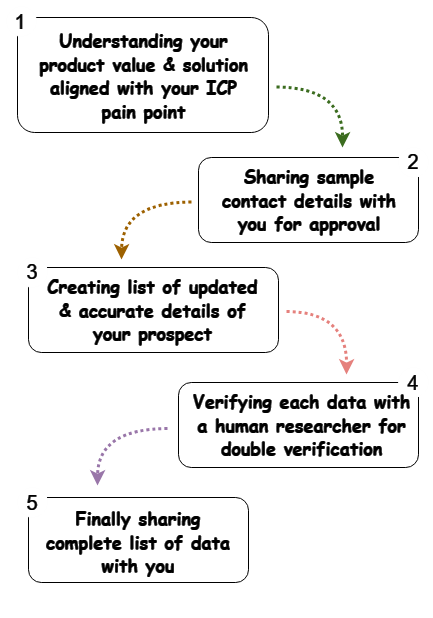
Before: assets/imgs/page/services/b2b-lead-generation-steps.png, a diagram exported from draw.io (codev007/procure-project). Source tidied: cells renumbered, new cells last; positions are measured from the earlier drawing's top-left corner, leaving out a move shared by most shapes. Its diagram source:
```xml
<mxGraphModel>
  <root>
    <mxCell id="0" />
    <mxCell id="1" parent="0" />
    <mxCell id="2" style="rounded=1;whiteSpace=wrap;html=1;strokeColor=#FFFFFF;strokeWidth=1;fillColor=none;fontSize=13;fontColor=#FFFFFF;align=center;gradientColor=none;gradientDirection=east;verticalAlign=top;shadow=1;" parent="1" vertex="1">
      <mxGeometry x="17" y="11" width="251" height="115" as="geometry" />
    </mxCell>
    <mxCell id="3" style="edgeStyle=orthogonalEdgeStyle;rounded=0;orthogonalLoop=1;jettySize=auto;html=1;curved=1;strokeColor=#d79b00;strokeWidth=3;fillColor=#ffe6cc;dashed=1;dashPattern=1 1;" parent="1" edge="1">
      <mxGeometry relative="1" as="geometry">
        <mxPoint x="191" y="195.5" as="sourcePoint" />
        <mxPoint x="121" y="253" as="targetPoint" />
      </mxGeometry>
    </mxCell>
    <mxCell id="4" style="rounded=1;whiteSpace=wrap;html=1;strokeColor=#FFFFFF;strokeWidth=1;fillColor=none;fontSize=13;fontColor=#FFFFFF;align=center;gradientColor=none;gradientDirection=east;verticalAlign=top;shadow=1;" parent="1" vertex="1">
      <mxGeometry x="198" y="151" width="220" height="85" as="geometry" />
    </mxCell>
    <mxCell id="5" style="rounded=1;whiteSpace=wrap;html=1;strokeColor=#FFFFFF;strokeWidth=1;fillColor=none;fontSize=13;align=center;gradientDirection=east;verticalAlign=top;shadow=1;" parent="1" vertex="1">
      <mxGeometry x="28" y="261" width="250" height="85" as="geometry" />
    </mxCell>
    <mxCell id="6" style="rounded=1;whiteSpace=wrap;html=1;strokeColor=#FFFFFF;strokeWidth=1;fillColor=none;fontSize=13;fontColor=#FFFFFF;align=center;gradientColor=none;gradientDirection=east;verticalAlign=top;shadow=1;" parent="1" vertex="1">
      <mxGeometry x="178" y="376" width="240" height="85" as="geometry" />
    </mxCell>
    <mxCell id="7" style="rounded=1;whiteSpace=wrap;html=1;strokeColor=#FFFFFF;strokeWidth=1;fillColor=none;fontSize=13;fontColor=#FFFFFF;align=center;gradientColor=none;gradientDirection=east;verticalAlign=top;shadow=1;" parent="1" vertex="1">
      <mxGeometry x="28" y="491" width="220" height="85" as="geometry" />
    </mxCell>
    <mxCell id="8" value="7" style="text;html=1;strokeColor=none;fillColor=none;align=center;verticalAlign=middle;whiteSpace=wrap;fontSize=30;fontColor=#FFFFFF;" parent="1" vertex="1">
      <mxGeometry x="38" y="764" width="40" height="20" as="geometry" />
    </mxCell>
    <mxCell id="9" style="edgeStyle=orthogonalEdgeStyle;rounded=0;orthogonalLoop=1;jettySize=auto;html=1;curved=1;strokeWidth=3;dashed=1;dashPattern=1 1;fillColor=#d5e8d4;strokeColor=#82b366;" parent="1" edge="1">
      <mxGeometry relative="1" as="geometry">
        <mxPoint x="276" y="80.5" as="sourcePoint" />
        <mxPoint x="342" y="141" as="targetPoint" />
      </mxGeometry>
    </mxCell>
    <mxCell id="10" value="&lt;h1&gt;&lt;font face=&quot;Comic Sans MS&quot;&gt;Understanding your product value &amp;amp; solution aligned with your ICP pain point&lt;/font&gt;&lt;/h1&gt;&lt;div&gt;&lt;br&gt;&lt;/div&gt;" style="text;html=1;spacing=5;spacingTop=-20;whiteSpace=wrap;overflow=hidden;strokeColor=none;strokeWidth=4;fillColor=none;gradientColor=#007FFF;fontSize=9;fontColor=#FFFFFF;align=center;" parent="1" vertex="1">
      <mxGeometry x="35" y="21" width="217" height="119" as="geometry" />
    </mxCell>
    <mxCell id="11" style="ellipse;whiteSpace=wrap;html=1;fillColor=#000000;" parent="1" vertex="1">
      <mxGeometry x="6" width="30" height="30" as="geometry" />
    </mxCell>
    <mxCell id="12" value="&lt;font style=&quot;font-size: 20px;&quot;&gt;1&lt;/font&gt;" style="text;html=1;strokeColor=none;fillColor=none;align=center;verticalAlign=middle;whiteSpace=wrap;fontSize=30;fontColor=#FFFFFF;" parent="1" vertex="1">
      <mxGeometry y="2" width="40" height="20" as="geometry" />
    </mxCell>
    <mxCell id="13" value="&lt;h1&gt;&lt;font face=&quot;Comic Sans MS&quot;&gt;Sharing sample contact details with you for approval&lt;/font&gt;&lt;/h1&gt;&lt;div&gt;&lt;br&gt;&lt;/div&gt;" style="text;html=1;spacing=5;spacingTop=-20;whiteSpace=wrap;overflow=hidden;strokeColor=none;strokeWidth=4;fillColor=none;gradientColor=#007FFF;fontSize=9;fontColor=#FFFFFF;align=center;" parent="1" vertex="1">
      <mxGeometry x="204" y="157" width="210" height="77" as="geometry" />
    </mxCell>
    <mxCell id="14" style="ellipse;whiteSpace=wrap;html=1;fillColor=#000000;" parent="1" vertex="1">
      <mxGeometry x="17" y="481" width="30" height="30" as="geometry" />
    </mxCell>
    <mxCell id="15" style="ellipse;whiteSpace=wrap;html=1;fillColor=#000000;" parent="1" vertex="1">
      <mxGeometry x="17" y="251" width="30" height="30" as="geometry" />
    </mxCell>
    <mxCell id="16" style="ellipse;whiteSpace=wrap;html=1;fillColor=#000000;" parent="1" vertex="1">
      <mxGeometry x="398" y="141" width="30" height="30" as="geometry" />
    </mxCell>
    <mxCell id="17" style="ellipse;whiteSpace=wrap;html=1;fillColor=#000000;" parent="1" vertex="1">
      <mxGeometry x="398" y="361" width="30" height="30" as="geometry" />
    </mxCell>
    <mxCell id="18" value="&lt;font style=&quot;font-size: 20px;&quot;&gt;2&lt;/font&gt;" style="text;html=1;strokeColor=none;fillColor=none;align=center;verticalAlign=middle;whiteSpace=wrap;fontSize=30;fontColor=#FFFFFF;" parent="1" vertex="1">
      <mxGeometry x="393" y="142" width="40" height="20" as="geometry" />
    </mxCell>
    <mxCell id="19" value="&lt;font style=&quot;font-size: 20px;&quot;&gt;3&lt;/font&gt;" style="text;html=1;strokeColor=none;fillColor=none;align=center;verticalAlign=middle;whiteSpace=wrap;fontSize=30;fontColor=#FFFFFF;" parent="1" vertex="1">
      <mxGeometry x="12" y="252" width="40" height="20" as="geometry" />
    </mxCell>
    <mxCell id="20" value="&lt;h1&gt;&lt;font face=&quot;Comic Sans MS&quot;&gt;Creating list of updated &amp;amp; accurate details of your prospect&lt;/font&gt;&lt;/h1&gt;&lt;div&gt;&lt;br&gt;&lt;/div&gt;" style="text;html=1;spacing=5;spacingTop=-20;whiteSpace=wrap;overflow=hidden;strokeColor=none;strokeWidth=4;fillColor=none;gradientColor=#007FFF;fontSize=9;fontColor=#FFFFFF;align=center;" parent="1" vertex="1">
      <mxGeometry x="35" y="267" width="235" height="77" as="geometry" />
    </mxCell>
    <mxCell id="21" value="&lt;font style=&quot;font-size: 20px;&quot;&gt;4&lt;/font&gt;" style="text;html=1;strokeColor=none;fillColor=none;align=center;verticalAlign=middle;whiteSpace=wrap;fontSize=30;fontColor=#FFFFFF;" parent="1" vertex="1">
      <mxGeometry x="393" y="363" width="40" height="20" as="geometry" />
    </mxCell>
    <mxCell id="22" value="&lt;h1&gt;&lt;font face=&quot;Comic Sans MS&quot;&gt;Verifying each data with a human researcher for double verification&lt;/font&gt;&lt;/h1&gt;&lt;div&gt;&lt;br&gt;&lt;/div&gt;" style="text;html=1;spacing=5;spacingTop=-20;whiteSpace=wrap;overflow=hidden;strokeColor=none;strokeWidth=4;fillColor=none;gradientColor=#007FFF;fontSize=9;fontColor=#FFFFFF;align=center;" parent="1" vertex="1">
      <mxGeometry x="181.5" y="382" width="239" height="77" as="geometry" />
    </mxCell>
    <mxCell id="23" value="&lt;font style=&quot;font-size: 20px;&quot;&gt;5&lt;/font&gt;" style="text;html=1;strokeColor=none;fillColor=none;align=center;verticalAlign=middle;whiteSpace=wrap;fontSize=30;fontColor=#FFFFFF;" parent="1" vertex="1">
      <mxGeometry x="12" y="483" width="40" height="20" as="geometry" />
    </mxCell>
    <mxCell id="24" value="&lt;h1 style=&quot;line-height: 120%;&quot;&gt;&lt;font face=&quot;Comic Sans MS&quot;&gt;Finally sharing complete list of data with you&lt;/font&gt;&lt;/h1&gt;" style="text;html=1;spacing=5;spacingTop=-20;whiteSpace=wrap;overflow=hidden;strokeColor=none;strokeWidth=4;fillColor=none;gradientColor=#007FFF;fontSize=9;fontColor=#FFFFFF;align=center;" parent="1" vertex="1">
      <mxGeometry x="36" y="499" width="204" height="77" as="geometry" />
    </mxCell>
    <mxCell id="25" style="edgeStyle=orthogonalEdgeStyle;rounded=0;orthogonalLoop=1;jettySize=auto;html=1;curved=1;strokeColor=#b85450;strokeWidth=3;fillColor=#f8cecc;dashed=1;dashPattern=1 1;" parent="1" edge="1">
      <mxGeometry relative="1" as="geometry">
        <mxPoint x="286" y="305" as="sourcePoint" />
        <mxPoint x="346" y="368" as="targetPoint" />
      </mxGeometry>
    </mxCell>
    <mxCell id="26" style="edgeStyle=orthogonalEdgeStyle;rounded=0;orthogonalLoop=1;jettySize=auto;html=1;curved=1;strokeColor=#9673a6;strokeWidth=3;fillColor=#e1d5e7;dashed=1;dashPattern=1 1;" parent="1" edge="1">
      <mxGeometry relative="1" as="geometry">
        <mxPoint x="167" y="422" as="sourcePoint" />
        <mxPoint x="97" y="479" as="targetPoint" />
      </mxGeometry>
    </mxCell>
  </root>
</mxGraphModel>
```
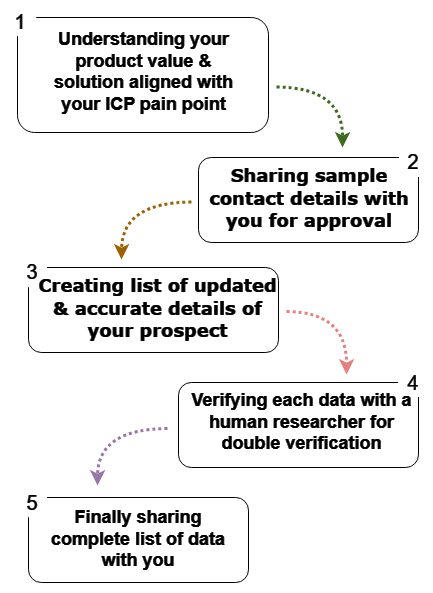
After the change.

What changed in the source:
```diff
@@ -32,7 +32,7 @@
         <mxPoint x="342" y="141" as="targetPoint" />
       </mxGeometry>
     </mxCell>
-    <mxCell id="10" value="&lt;h1&gt;&lt;font face=&quot;Comic Sans MS&quot;&gt;Understanding your product value &amp;amp; solution aligned with your ICP pain point&lt;/font&gt;&lt;/h1&gt;&lt;div&gt;&lt;br&gt;&lt;/div&gt;" style="text;html=1;spacing=5;spacingTop=-20;whiteSpace=wrap;overflow=hidden;strokeColor=none;strokeWidth=4;fillColor=none;gradientColor=#007FFF;fontSize=9;fontColor=#FFFFFF;align=center;" parent="1" vertex="1">
+    <mxCell id="10" value="&lt;h1&gt;&lt;font face=&quot;Helvetica&quot;&gt;Understanding your product value &amp;amp; solution aligned with your ICP pain point&lt;/font&gt;&lt;/h1&gt;&lt;div&gt;&lt;br&gt;&lt;/div&gt;" style="text;html=1;spacing=5;spacingTop=-20;whiteSpace=wrap;overflow=hidden;strokeColor=none;strokeWidth=4;fillColor=none;gradientColor=#007FFF;fontSize=9;fontColor=#FFFFFF;align=center;" parent="1" vertex="1">
       <mxGeometry x="35" y="21" width="217" height="119" as="geometry" />
     </mxCell>
     <mxCell id="11" style="ellipse;whiteSpace=wrap;html=1;fillColor=#000000;" parent="1" vertex="1">
@@ -41,7 +41,7 @@
     <mxCell id="12" value="&lt;font style=&quot;font-size: 20px;&quot;&gt;1&lt;/font&gt;" style="text;html=1;strokeColor=none;fillColor=none;align=center;verticalAlign=middle;whiteSpace=wrap;fontSize=30;fontColor=#FFFFFF;" parent="1" vertex="1">
       <mxGeometry y="2" width="40" height="20" as="geometry" />
     </mxCell>
-    <mxCell id="13" value="&lt;h1&gt;&lt;font face=&quot;Comic Sans MS&quot;&gt;Sharing sample contact details with you for approval&lt;/font&gt;&lt;/h1&gt;&lt;div&gt;&lt;br&gt;&lt;/div&gt;" style="text;html=1;spacing=5;spacingTop=-20;whiteSpace=wrap;overflow=hidden;strokeColor=none;strokeWidth=4;fillColor=none;gradientColor=#007FFF;fontSize=9;fontColor=#FFFFFF;align=center;" parent="1" vertex="1">
+    <mxCell id="13" value="&lt;h1&gt;&lt;font face=&quot;Verdana&quot;&gt;Sharing sample contact details with you for approval&lt;/font&gt;&lt;/h1&gt;&lt;div&gt;&lt;br&gt;&lt;/div&gt;" style="text;html=1;spacing=5;spacingTop=-20;whiteSpace=wrap;overflow=hidden;strokeColor=none;strokeWidth=4;fillColor=none;gradientColor=#007FFF;fontSize=9;fontColor=#FFFFFF;align=center;" parent="1" vertex="1">
       <mxGeometry x="204" y="157" width="210" height="77" as="geometry" />
     </mxCell>
     <mxCell id="14" style="ellipse;whiteSpace=wrap;html=1;fillColor=#000000;" parent="1" vertex="1">
@@ -62,19 +62,19 @@
     <mxCell id="19" value="&lt;font style=&quot;font-size: 20px;&quot;&gt;3&lt;/font&gt;" style="text;html=1;strokeColor=none;fillColor=none;align=center;verticalAlign=middle;whiteSpace=wrap;fontSize=30;fontColor=#FFFFFF;" parent="1" vertex="1">
       <mxGeometry x="12" y="252" width="40" height="20" as="geometry" />
     </mxCell>
-    <mxCell id="20" value="&lt;h1&gt;&lt;font face=&quot;Comic Sans MS&quot;&gt;Creating list of updated &amp;amp; accurate details of your prospect&lt;/font&gt;&lt;/h1&gt;&lt;div&gt;&lt;br&gt;&lt;/div&gt;" style="text;html=1;spacing=5;spacingTop=-20;whiteSpace=wrap;overflow=hidden;strokeColor=none;strokeWidth=4;fillColor=none;gradientColor=#007FFF;fontSize=9;fontColor=#FFFFFF;align=center;" parent="1" vertex="1">
-      <mxGeometry x="35" y="267" width="235" height="77" as="geometry" />
+    <mxCell id="20" value="&lt;h1&gt;&lt;font face=&quot;Verdana&quot;&gt;Creating list of updated &amp;amp; accurate details of your prospect&lt;/font&gt;&lt;/h1&gt;&lt;div&gt;&lt;br&gt;&lt;/div&gt;" style="text;html=1;spacing=5;spacingTop=-20;whiteSpace=wrap;overflow=hidden;strokeColor=none;strokeWidth=4;fillColor=none;gradientColor=#007FFF;fontSize=9;fontColor=#FFFFFF;align=center;" parent="1" vertex="1">
+      <mxGeometry x="31" y="267" width="253" height="77" as="geometry" />
     </mxCell>
     <mxCell id="21" value="&lt;font style=&quot;font-size: 20px;&quot;&gt;4&lt;/font&gt;" style="text;html=1;strokeColor=none;fillColor=none;align=center;verticalAlign=middle;whiteSpace=wrap;fontSize=30;fontColor=#FFFFFF;" parent="1" vertex="1">
       <mxGeometry x="393" y="363" width="40" height="20" as="geometry" />
     </mxCell>
-    <mxCell id="22" value="&lt;h1&gt;&lt;font face=&quot;Comic Sans MS&quot;&gt;Verifying each data with a human researcher for double verification&lt;/font&gt;&lt;/h1&gt;&lt;div&gt;&lt;br&gt;&lt;/div&gt;" style="text;html=1;spacing=5;spacingTop=-20;whiteSpace=wrap;overflow=hidden;strokeColor=none;strokeWidth=4;fillColor=none;gradientColor=#007FFF;fontSize=9;fontColor=#FFFFFF;align=center;" parent="1" vertex="1">
+    <mxCell id="22" value="&lt;h1&gt;&lt;font face=&quot;Helvetica&quot;&gt;Verifying each data with a human researcher for double verification&lt;/font&gt;&lt;/h1&gt;&lt;div&gt;&lt;br&gt;&lt;/div&gt;" style="text;html=1;spacing=5;spacingTop=-20;whiteSpace=wrap;overflow=hidden;strokeColor=none;strokeWidth=4;fillColor=none;gradientColor=#007FFF;fontSize=9;fontColor=#FFFFFF;align=center;" parent="1" vertex="1">
       <mxGeometry x="181.5" y="382" width="239" height="77" as="geometry" />
     </mxCell>
     <mxCell id="23" value="&lt;font style=&quot;font-size: 20px;&quot;&gt;5&lt;/font&gt;" style="text;html=1;strokeColor=none;fillColor=none;align=center;verticalAlign=middle;whiteSpace=wrap;fontSize=30;fontColor=#FFFFFF;" parent="1" vertex="1">
       <mxGeometry x="12" y="483" width="40" height="20" as="geometry" />
     </mxCell>
-    <mxCell id="24" value="&lt;h1 style=&quot;line-height: 120%;&quot;&gt;&lt;font face=&quot;Comic Sans MS&quot;&gt;Finally sharing complete list of data with you&lt;/font&gt;&lt;/h1&gt;" style="text;html=1;spacing=5;spacingTop=-20;whiteSpace=wrap;overflow=hidden;strokeColor=none;strokeWidth=4;fillColor=none;gradientColor=#007FFF;fontSize=9;fontColor=#FFFFFF;align=center;" parent="1" vertex="1">
+    <mxCell id="24" value="&lt;h1 style=&quot;line-height: 120%;&quot;&gt;Finally sharing complete list of data with you&lt;/h1&gt;" style="text;html=1;spacing=5;spacingTop=-20;whiteSpace=wrap;overflow=hidden;strokeColor=none;strokeWidth=4;fillColor=none;gradientColor=#007FFF;fontSize=9;fontColor=#FFFFFF;align=center;" parent="1" vertex="1">
       <mxGeometry x="36" y="499" width="204" height="77" as="geometry" />
     </mxCell>
     <mxCell id="25" style="edgeStyle=orthogonalEdgeStyle;rounded=0;orthogonalLoop=1;jettySize=auto;html=1;curved=1;strokeColor=#b85450;strokeWidth=3;fillColor=#f8cecc;dashed=1;dashPattern=1 1;" parent="1" edge="1">
```
